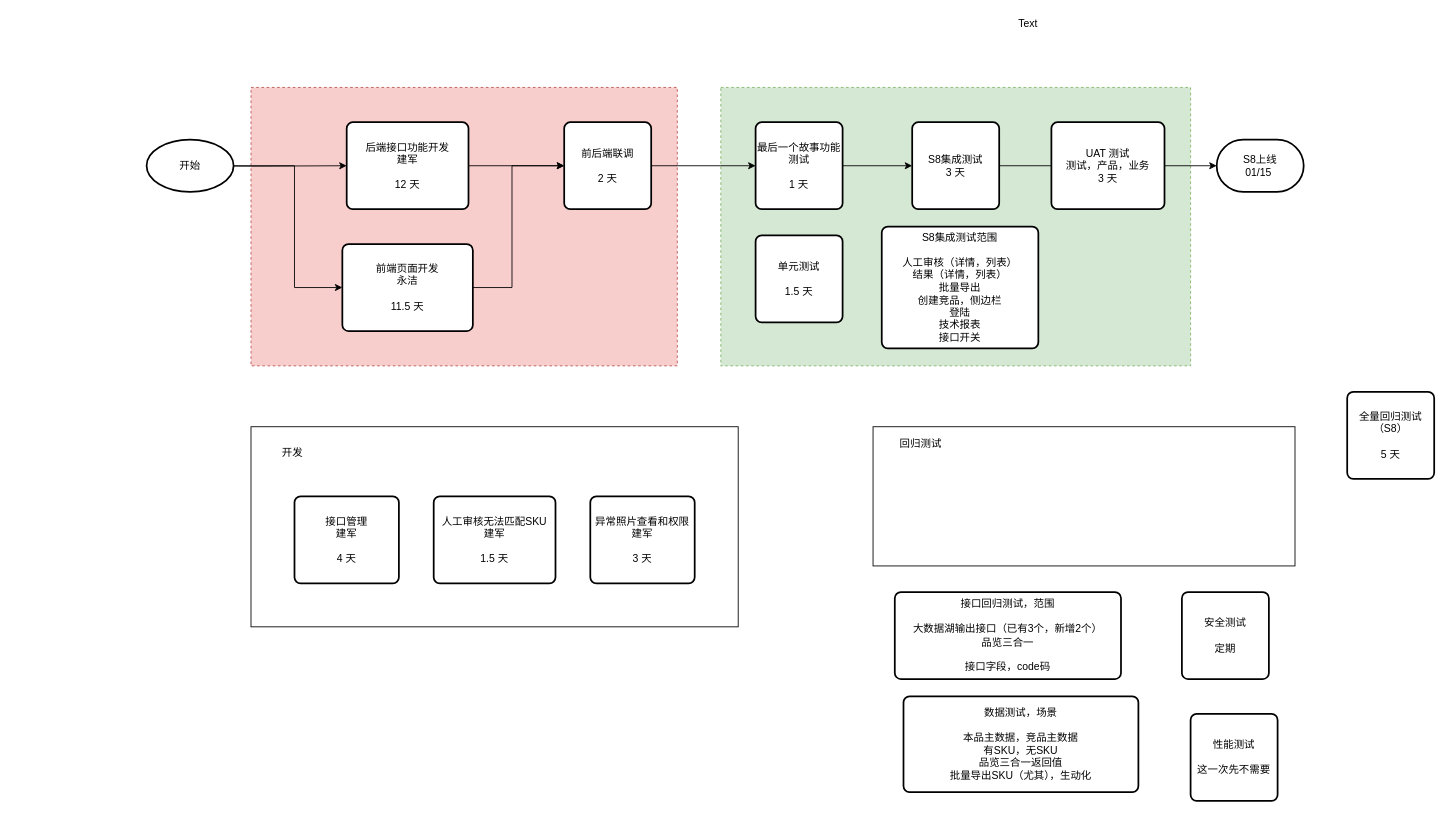
The draw.io diagram page "图像中台S9-关键路径" (4 of 5) of Untitled Diagram.drawio in xiaofeng1986/drawIO, before the edit. Source tidied: cells renumbered, new cells numbered last; positions are measured from the earlier drawing's top-left corner, leaving out a move shared by most shapes. Both pictures are drawn from the tidied source at 87%, with x=0, y=0 at pixel (16, 15).
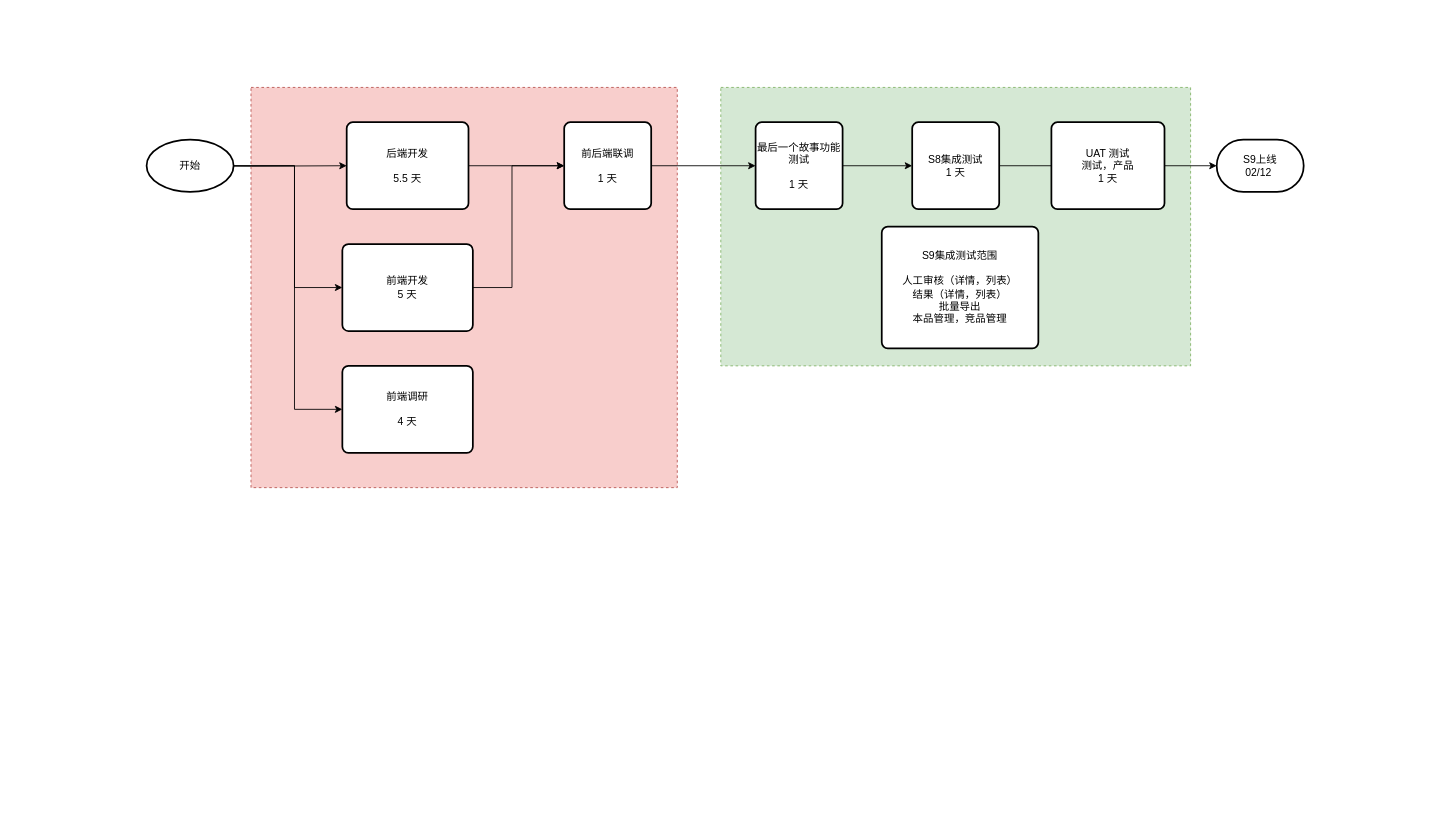
The same diagram, later.

The change refers to these unchanged cells:
```xml
<mxCell id="22" value="开始" style="strokeWidth=2;html=1;shape=mxgraph.flowchart.start_1;whiteSpace=wrap;" parent="1" vertex="1">
  <mxGeometry x="150" y="143" width="100" height="60" as="geometry" />
</mxCell>
```

The edit, as a diff of the source:
```diff
@@
-    <mxCell id="2" style="rounded=0;whiteSpace=wrap;html=1;" parent="1" vertex="1">
-      <mxGeometry x="270" y="473" width="560" height="230" as="geometry" />
-    </mxCell>
-    <mxCell id="3" style="rounded=0;whiteSpace=wrap;html=1;" parent="1" vertex="1">
-      <mxGeometry x="985" y="473" width="485" height="160" as="geometry" />
-    </mxCell>
@@
     <mxCell id="5" style="rounded=0;whiteSpace=wrap;html=1;dashed=1;fillColor=#f8cecc;strokeColor=#b85450;" parent="1" vertex="1">
-      <mxGeometry x="270" y="83" width="490" height="320" as="geometry" />
+      <mxGeometry x="270" y="83" width="490" height="460" as="geometry" />
     </mxCell>
@@
-    <mxCell id="8" value="后端接口功能开发&lt;br&gt;建军&lt;br&gt;&lt;br&gt;12 天" style="rounded=1;whiteSpace=wrap;html=1;absoluteArcSize=1;arcSize=14;strokeWidth=2;" parent="1" vertex="1">
+    <mxCell id="8" value="后端开发&lt;br&gt;&lt;br&gt;5.5 天" style="rounded=1;whiteSpace=wrap;html=1;absoluteArcSize=1;arcSize=14;strokeWidth=2;" parent="1" vertex="1">
       <mxGeometry x="380" y="123" width="140" height="100" as="geometry" />
     </mxCell>
@@
-    <mxCell id="11" value="前后端联调&lt;br&gt;&lt;br&gt;2 天" style="rounded=1;whiteSpace=wrap;html=1;absoluteArcSize=1;arcSize=14;strokeWidth=2;" parent="1" vertex="1">
+    <mxCell id="11" value="前后端联调&lt;br&gt;&lt;br&gt;1 天" style="rounded=1;whiteSpace=wrap;html=1;absoluteArcSize=1;arcSize=14;strokeWidth=2;" parent="1" vertex="1">
       <mxGeometry x="630" y="123" width="100" height="100" as="geometry" />
     </mxCell>
@@
-    <mxCell id="15" value="S8集成测试&lt;br&gt;3 天" style="rounded=1;whiteSpace=wrap;html=1;absoluteArcSize=1;arcSize=14;strokeWidth=2;" parent="1" vertex="1">
+    <mxCell id="15" value="S8集成测试&lt;br&gt;1 天" style="rounded=1;whiteSpace=wrap;html=1;absoluteArcSize=1;arcSize=14;strokeWidth=2;" parent="1" vertex="1">
       <mxGeometry x="1030" y="123" width="100" height="100" as="geometry" />
     </mxCell>
-    <mxCell id="16" value="全量回归测试（S8）&lt;br&gt;&lt;br&gt;5 天" style="rounded=1;whiteSpace=wrap;html=1;absoluteArcSize=1;arcSize=14;strokeWidth=2;" parent="1" vertex="1">
-      <mxGeometry x="1530" y="433" width="100" height="100" as="geometry" />
-    </mxCell>
@@
-    <mxCell id="18" value="前端页面开发&lt;br&gt;永洁&lt;br&gt;&lt;br&gt;11.5 天" style="rounded=1;whiteSpace=wrap;html=1;absoluteArcSize=1;arcSize=14;strokeWidth=2;" parent="1" vertex="1">
+    <mxCell id="18" value="前端开发&lt;br&gt;5 天" style="rounded=1;whiteSpace=wrap;html=1;absoluteArcSize=1;arcSize=14;strokeWidth=2;" parent="1" vertex="1">
       <mxGeometry x="375" y="263" width="150" height="100" as="geometry" />
     </mxCell>
-    <mxCell id="19" value="S8上线&lt;br&gt;01/15&amp;nbsp;" style="strokeWidth=2;html=1;shape=mxgraph.flowchart.terminator;whiteSpace=wrap;" parent="1" vertex="1">
+    <mxCell id="19" value="S9上线&lt;br&gt;02/12&amp;nbsp;" style="strokeWidth=2;html=1;shape=mxgraph.flowchart.terminator;whiteSpace=wrap;" parent="1" vertex="1">
       <mxGeometry x="1380" y="143" width="100" height="60" as="geometry" />
     </mxCell>
@@
+    <mxCell id="37" style="edgeStyle=orthogonalEdgeStyle;rounded=0;jettySize=auto;html=1;entryX=0;entryY=0.5;entryDx=0;entryDy=0;" parent="1" edge="1" source="22" target="38">
+      <mxGeometry relative="1" as="geometry">
+        <Array as="points">
+          <mxPoint x="320" y="173" />
+          <mxPoint x="320" y="453" />
+        </Array>
+      </mxGeometry>
+    </mxCell>
@@
-    <mxCell id="23" value="性能测试&lt;br&gt;&lt;br&gt;这一次先不需要" style="rounded=1;whiteSpace=wrap;html=1;absoluteArcSize=1;arcSize=14;strokeWidth=2;" parent="1" vertex="1">
-      <mxGeometry x="1350" y="803" width="100" height="100" as="geometry" />
-    </mxCell>
-    <mxCell id="24" value="安全测试&lt;br&gt;&lt;br&gt;定期" style="rounded=1;whiteSpace=wrap;html=1;absoluteArcSize=1;arcSize=14;strokeWidth=2;" parent="1" vertex="1">
-      <mxGeometry x="1340" y="663" width="100" height="100" as="geometry" />
-    </mxCell>
-    <mxCell id="25" value="单元测试&lt;br&gt;&lt;br&gt;1.5 天" style="rounded=1;whiteSpace=wrap;html=1;absoluteArcSize=1;arcSize=14;strokeWidth=2;" parent="1" vertex="1">
-      <mxGeometry x="850" y="253" width="100" height="100" as="geometry" />
-    </mxCell>
-    <mxCell id="26" value="接口管理&lt;br&gt;建军&lt;br&gt;&lt;br&gt;4 天" style="rounded=1;whiteSpace=wrap;html=1;absoluteArcSize=1;arcSize=14;strokeWidth=2;" parent="1" vertex="1">
-      <mxGeometry x="320" y="553" width="120" height="100" as="geometry" />
-    </mxCell>
-    <mxCell id="27" value="人工审核无法匹配SKU&lt;br&gt;建军&lt;br&gt;&lt;br&gt;1.5 天" style="rounded=1;whiteSpace=wrap;html=1;absoluteArcSize=1;arcSize=14;strokeWidth=2;" parent="1" vertex="1">
-      <mxGeometry x="480" y="553" width="140" height="100" as="geometry" />
-    </mxCell>
-    <mxCell id="28" value="异常照片查看和权限&lt;br&gt;建军&lt;br&gt;&lt;br&gt;3 天" style="rounded=1;whiteSpace=wrap;html=1;absoluteArcSize=1;arcSize=14;strokeWidth=2;" parent="1" vertex="1">
-      <mxGeometry x="660" y="553" width="120" height="100" as="geometry" />
-    </mxCell>
-    <mxCell id="29" value="S8集成测试范围&lt;br&gt;&lt;br&gt;人工审核（详情，列表）&lt;br&gt;结果（详情，列表）&lt;br&gt;批量导出&lt;br&gt;创建竞品，侧边栏&lt;br&gt;登陆&lt;br&gt;技术报表&lt;br&gt;接口开关" style="rounded=1;whiteSpace=wrap;html=1;absoluteArcSize=1;arcSize=14;strokeWidth=2;" parent="1" vertex="1">
+    <mxCell id="29" value="S9集成测试范围&lt;br&gt;&lt;br&gt;人工审核（详情，列表）&lt;br&gt;结果（详情，列表）&lt;br&gt;批量导出&lt;br&gt;本品管理，竞品管理" style="rounded=1;whiteSpace=wrap;html=1;absoluteArcSize=1;arcSize=14;strokeWidth=2;" parent="1" vertex="1">
       <mxGeometry x="995" y="243" width="180" height="140" as="geometry" />
     </mxCell>
-    <mxCell id="30" value="接口回归测试，范围&lt;br&gt;&lt;br&gt;大数据湖输出接口（已有3个，新增2个）&lt;br&gt;品览三合一&lt;br&gt;&lt;br&gt;接口字段，code码" style="rounded=1;whiteSpace=wrap;html=1;absoluteArcSize=1;arcSize=14;strokeWidth=2;" parent="1" vertex="1">
-      <mxGeometry x="1010" y="663" width="260" height="100" as="geometry" />
-    </mxCell>
-    <mxCell id="31" value="回归测试" style="text;html=1;strokeColor=none;fillColor=none;align=center;verticalAlign=middle;whiteSpace=wrap;rounded=0;" parent="1" vertex="1">
-      <mxGeometry x="1000" y="483" width="80" height="20" as="geometry" />
-    </mxCell>
-    <mxCell id="32" value="开发" style="text;html=1;strokeColor=none;fillColor=none;align=center;verticalAlign=middle;whiteSpace=wrap;rounded=0;" parent="1" vertex="1">
-      <mxGeometry x="278" y="493" width="80" height="20" as="geometry" />
-    </mxCell>
-    <mxCell id="33" value="数据测试，场景&lt;br&gt;&lt;br&gt;本品主数据，竞品主数据&lt;br&gt;有SKU，无SKU&lt;br&gt;品览三合一返回值&lt;br&gt;批量导出SKU（尤其），生动化" style="rounded=1;whiteSpace=wrap;html=1;absoluteArcSize=1;arcSize=14;strokeWidth=2;" parent="1" vertex="1">
-      <mxGeometry x="1020" y="783" width="270" height="110" as="geometry" />
-    </mxCell>
@@
-    <mxCell id="35" value="UAT 测试&lt;br&gt;测试，产品，业务&lt;br&gt;3 天" style="rounded=1;whiteSpace=wrap;html=1;absoluteArcSize=1;arcSize=14;strokeWidth=2;" parent="1" vertex="1">
+    <mxCell id="35" value="UAT 测试&lt;br&gt;测试，产品&lt;br&gt;1 天" style="rounded=1;whiteSpace=wrap;html=1;absoluteArcSize=1;arcSize=14;strokeWidth=2;" parent="1" vertex="1">
       <mxGeometry x="1190" y="123" width="130" height="100" as="geometry" />
     </mxCell>
-    <mxCell id="36" value="Text" style="text;html=1;align=center;verticalAlign=middle;" parent="1" vertex="1">
-      <mxGeometry x="1143" width="40" height="20" as="geometry" />
-    </mxCell>
+    <mxCell id="38" value="前端调研&lt;br&gt;&lt;br&gt;4 天" style="rounded=1;whiteSpace=wrap;html=1;absoluteArcSize=1;arcSize=14;strokeWidth=2;" parent="1" vertex="1">
+      <mxGeometry x="375" y="403" width="150" height="100" as="geometry" />
+    </mxCell>
```
